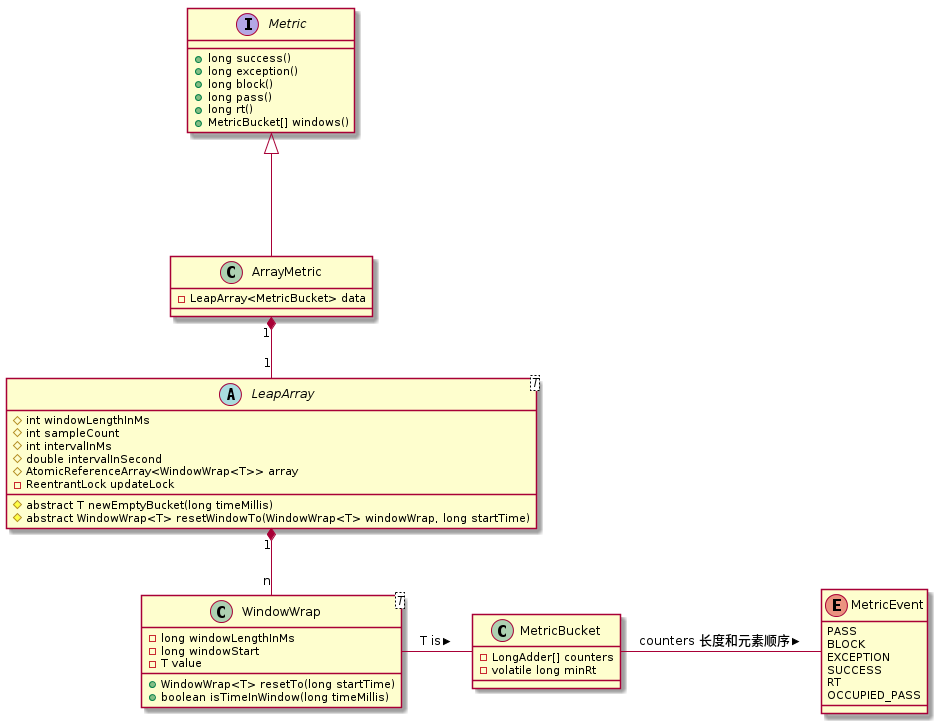
This is assets/imgs/sentinel/core-class.png from Gh0st99/Gh0st99.github.io, a PlantUML export, as it was before one commit.
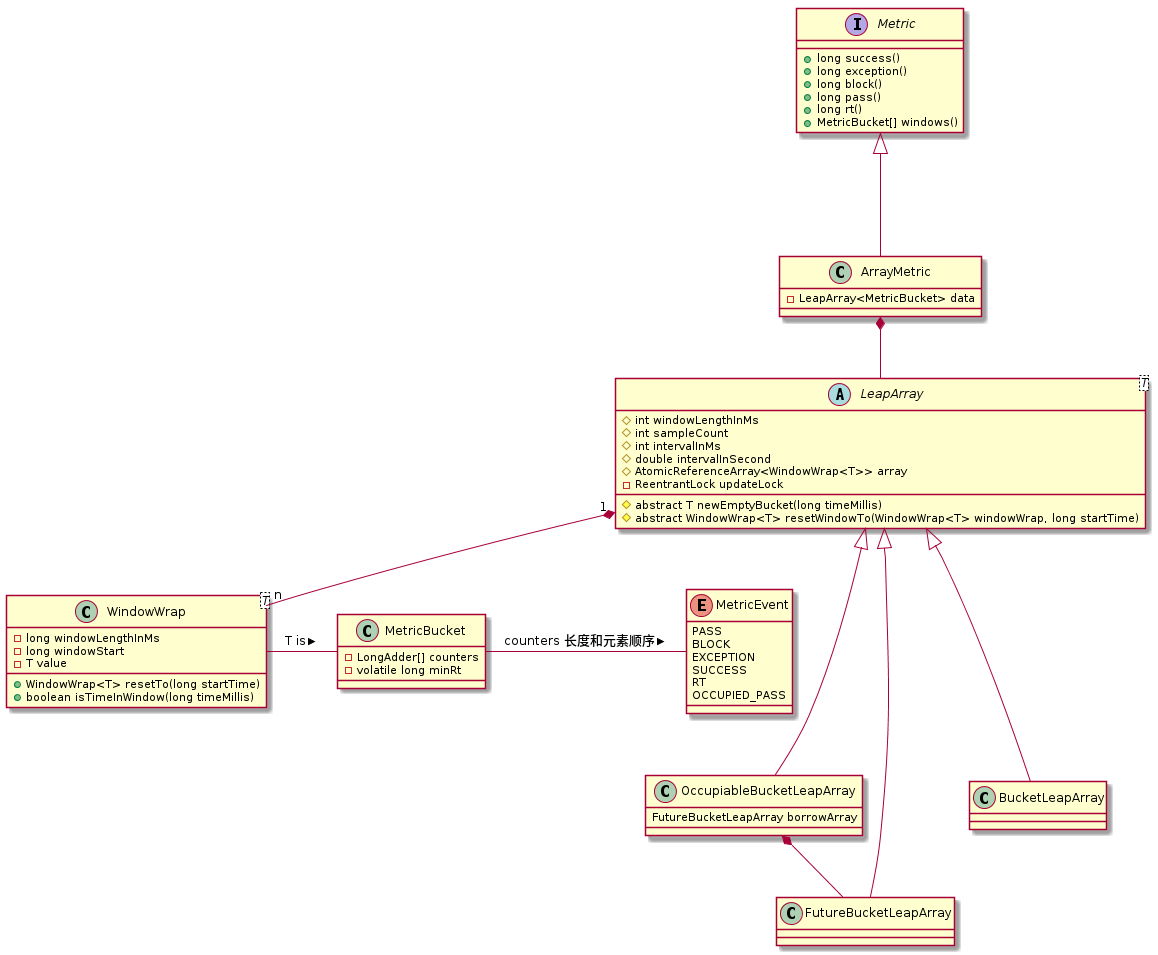
The same diagram one commit later.

Change to the diagram source:
```diff
@@ -26,7 +26,23 @@
     # abstract WindowWrap<T> resetWindowTo(WindowWrap<T> windowWrap, long startTime)
 }
 
-ArrayMetric "1" *-- "1" LeapArray
+ArrayMetric *-- LeapArray
+
+class OccupiableBucketLeapArray {
+    FutureBucketLeapArray borrowArray
+}
+
+class FutureBucketLeapArray {
+}
+
+class BucketLeapArray {
+}
+
+LeapArray <|--- OccupiableBucketLeapArray
+LeapArray <|--- BucketLeapArray
+LeapArray <|--- FutureBucketLeapArray
+OccupiableBucketLeapArray *-- FutureBucketLeapArray
+
 
 class WindowWrap<T> {
     - long windowLengthInMs
```
